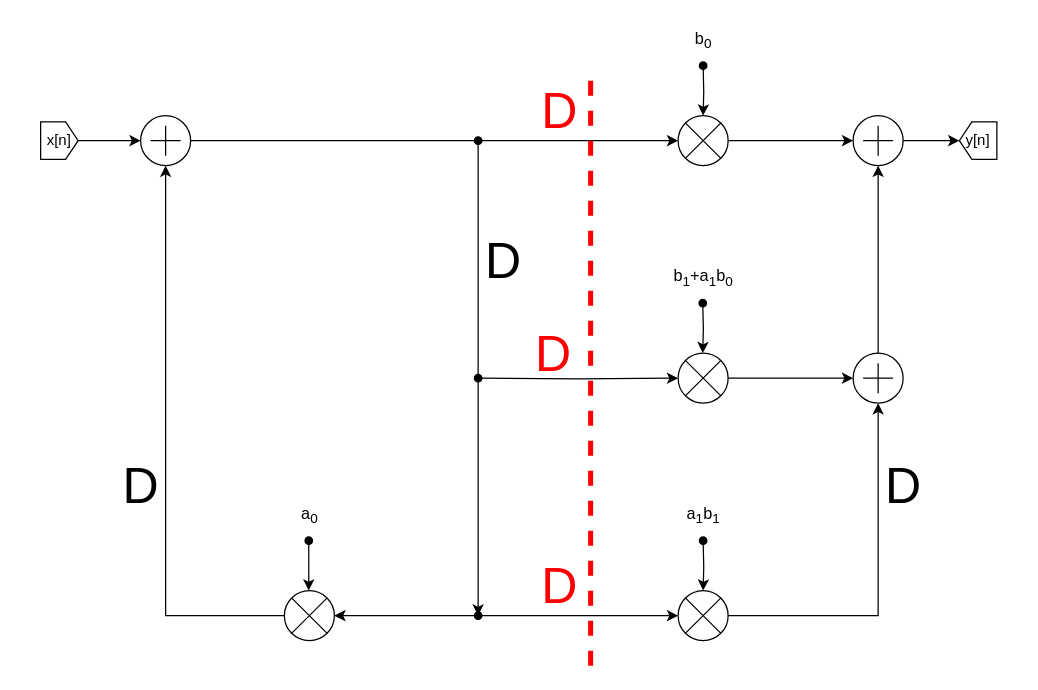
The draw.io diagram LAB1/homebook/images/sorgenti/IIR4.drawio in campandrea/Lab_ISA, before the edit. Source tidied: cells renumbered, new cells numbered last; positions are measured from the earlier drawing's top-left corner, leaving out a move shared by most shapes. Both pictures are drawn from the tidied source at 125%, with x=0, y=0 at pixel (34, 28).
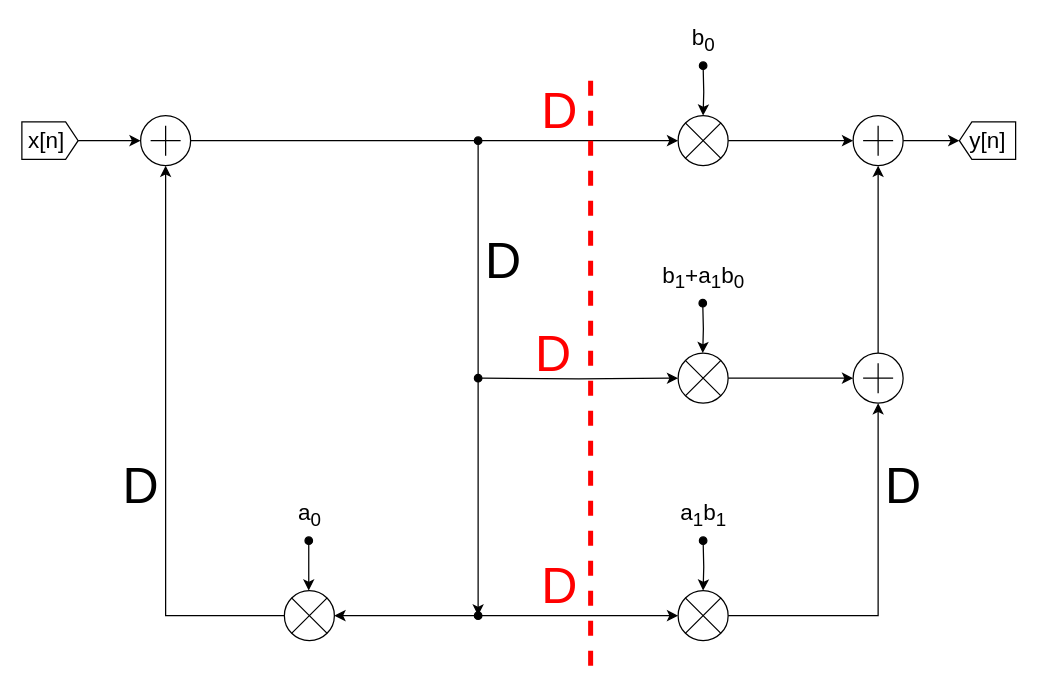
The same page after the edit.

The change refers to these unchanged cells:
```xml
<mxCell id="6" style="verticalLabelPosition=bottom;shadow=0;dashed=0;align=center;html=1;verticalAlign=top;shape=mxgraph.electrical.abstract.summation_point;" parent="1" vertex="1">
  <mxGeometry x="655" y="70" width="40" height="40" as="geometry" />
</mxCell>
```

What changed in the source:
```diff
@@
-    <mxCell id="5" style="edgeStyle=orthogonalEdgeStyle;rounded=0;jettySize=auto;html=1;" parent="1" edge="1" source="6" target="11">
-      <mxGeometry relative="1" as="geometry" />
+    <mxCell id="5" style="edgeStyle=orthogonalEdgeStyle;rounded=0;jettySize=auto;html=1;" parent="1" edge="1" source="6">
+      <mxGeometry relative="1" as="geometry">
+        <mxPoint x="740" y="90" as="targetPoint" />
+      </mxGeometry>
     </mxCell>
@@
     <mxCell id="10" style="shape=mxgraph.arrows2.arrow;verticalLabelPosition=bottom;shadow=0;dashed=0;align=center;html=1;verticalAlign=top;strokeWidth=1;dy=0;dx=10;notch=0;" parent="1" vertex="1">
-      <mxGeometry x="5" y="75" width="30" height="30" as="geometry" />
+      <mxGeometry x="-10" y="75" width="45" height="30" as="geometry" />
     </mxCell>
-    <mxCell id="11" style="shape=mxgraph.arrows2.arrow;verticalLabelPosition=bottom;shadow=0;dashed=0;align=center;html=1;verticalAlign=top;strokeWidth=1;dy=0;dx=10;notch=0;direction=west;" parent="1" vertex="1">
-      <mxGeometry x="740" y="75" width="30" height="30" as="geometry" />
-    </mxCell>
@@
-    <mxCell id="14" value="x[n]" style="text;html=1;strokeColor=none;fillColor=none;align=center;verticalAlign=middle;whiteSpace=wrap;rounded=0;" parent="1" vertex="1">
-      <mxGeometry y="80" width="40" height="20" as="geometry" />
+    <mxCell id="14" value="&lt;font style=&quot;font-size: 18px&quot;&gt;x[n]&lt;/font&gt;" style="text;html=1;strokeColor=none;fillColor=none;align=center;verticalAlign=middle;whiteSpace=wrap;rounded=0;" parent="1" vertex="1">
+      <mxGeometry x="-10" y="80" width="40" height="20" as="geometry" />
     </mxCell>
-    <mxCell id="15" value="y[n]" style="text;html=1;strokeColor=none;fillColor=none;align=center;verticalAlign=middle;whiteSpace=wrap;rounded=0;" parent="1" vertex="1">
-      <mxGeometry x="735" y="80" width="40" height="20" as="geometry" />
+    <mxCell id="15" value="&lt;font style=&quot;font-size: 18px&quot;&gt;y[n]&lt;/font&gt;" style="text;html=1;strokeColor=none;fillColor=none;align=center;verticalAlign=middle;whiteSpace=wrap;rounded=0;" parent="1" vertex="1">
+      <mxGeometry x="742.5" y="80" width="40" height="20" as="geometry" />
     </mxCell>
-    <mxCell id="16" value="&lt;font style=&quot;font-size: 13px&quot;&gt;b&lt;sub&gt;0&lt;/sub&gt;&lt;/font&gt;" style="text;html=1;align=center;verticalAlign=middle;" parent="1" vertex="1">
-      <mxGeometry x="520" width="30" height="20" as="geometry" />
+    <mxCell id="16" value="&lt;font style=&quot;font-size: 18px&quot;&gt;b&lt;sub&gt;0&lt;/sub&gt;&lt;/font&gt;" style="text;html=1;align=center;verticalAlign=middle;" parent="1" vertex="1">
+      <mxGeometry x="520" y="-5" width="30" height="30" as="geometry" />
     </mxCell>
-    <mxCell id="17" value="&lt;span style=&quot;font-size: 13px&quot;&gt;a&lt;sub&gt;1&lt;/sub&gt;b&lt;sub&gt;1&lt;/sub&gt;&lt;/span&gt;" style="text;html=1;align=center;verticalAlign=middle;" parent="1" vertex="1">
-      <mxGeometry x="515" y="380" width="40" height="20" as="geometry" />
+    <mxCell id="17" value="&lt;span style=&quot;font-size: 18px&quot;&gt;a&lt;sub&gt;1&lt;/sub&gt;b&lt;sub&gt;1&lt;/sub&gt;&lt;/span&gt;" style="text;html=1;align=center;verticalAlign=middle;" parent="1" vertex="1">
+      <mxGeometry x="510" y="375" width="50" height="30" as="geometry" />
     </mxCell>
-    <mxCell id="18" value="&lt;span style=&quot;font-size: 13px&quot;&gt;a&lt;sub&gt;0&lt;/sub&gt;&lt;/span&gt;" style="text;html=1;align=center;verticalAlign=middle;" parent="1" vertex="1">
-      <mxGeometry x="205" y="380" width="30" height="20" as="geometry" />
+    <mxCell id="18" value="&lt;span style=&quot;font-size: 18px&quot;&gt;a&lt;sub&gt;0&lt;/sub&gt;&lt;/span&gt;" style="text;html=1;align=center;verticalAlign=middle;" parent="1" vertex="1">
+      <mxGeometry x="205" y="375" width="30" height="30" as="geometry" />
     </mxCell>
@@
-    <mxCell id="33" value="&lt;font style=&quot;font-size: 13px&quot;&gt;b&lt;sub&gt;1&lt;/sub&gt;+a&lt;sub&gt;1&lt;/sub&gt;b&lt;sub&gt;0&lt;/sub&gt;&lt;/font&gt;" style="text;html=1;align=center;verticalAlign=middle;" parent="1" vertex="1">
-      <mxGeometry x="505" y="190" width="60" height="20" as="geometry" />
+    <mxCell id="33" value="&lt;font style=&quot;font-size: 18px&quot;&gt;b&lt;sub&gt;1&lt;/sub&gt;+a&lt;sub&gt;1&lt;/sub&gt;b&lt;sub&gt;0&lt;/sub&gt;&lt;/font&gt;" style="text;html=1;align=center;verticalAlign=middle;" parent="1" vertex="1">
+      <mxGeometry x="495" y="185" width="80" height="30" as="geometry" />
     </mxCell>
@@
+    <mxCell id="41" style="shape=mxgraph.arrows2.arrow;verticalLabelPosition=bottom;shadow=0;dashed=0;align=center;html=1;verticalAlign=top;strokeWidth=1;dy=0;dx=10;notch=0;rotation=-180;fillColor=none;" parent="1" vertex="1">
+      <mxGeometry x="740" y="75" width="45" height="30" as="geometry" />
+    </mxCell>
```
